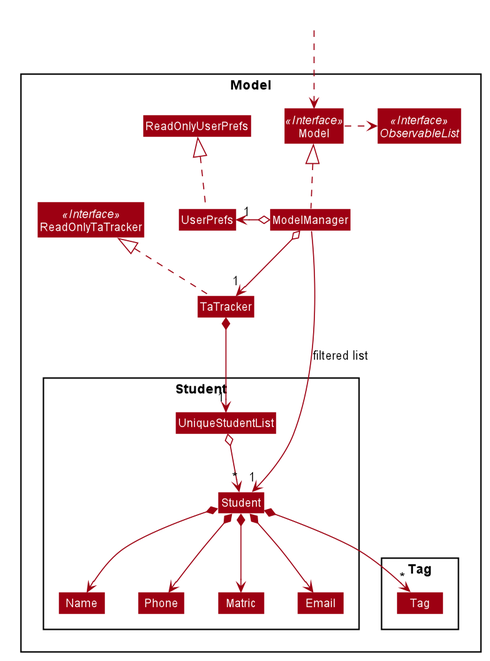
nus-cs2103-AY1920S2/addressbook-level3 keeps this PlantUML diagram as docs/images/ModelClassDiagram.png. Above is the earlier version.
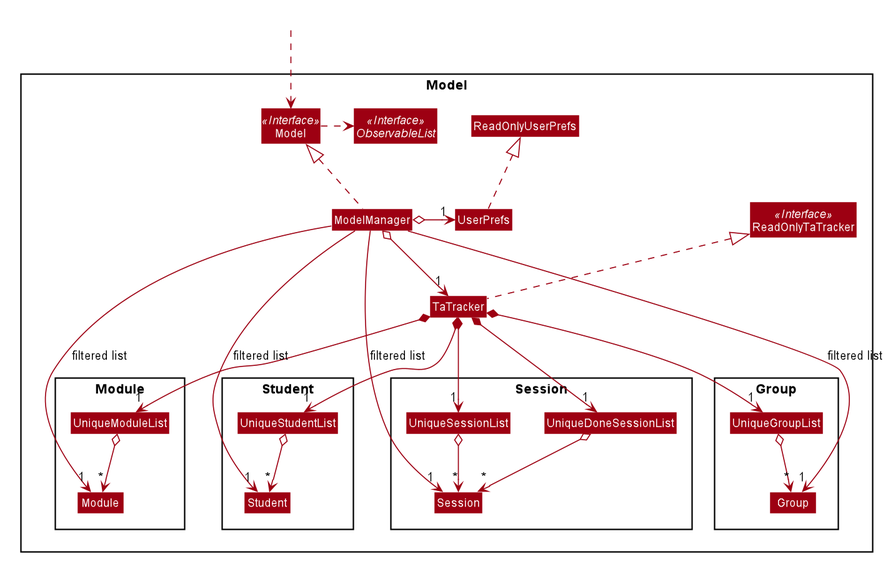
The same diagram one commit later.

Commit message:
Update Model Class Diagram

Change to the diagram source:
```diff
@@ -64,16 +64,25 @@
 
 Package Student {
 Class Student
-Class Email
-Class Matric
-Class Name
-Class Phone
 Class UniqueStudentList
 }
 
-Package Tag {
-Class Tag
+Package Session {
+Class Session
+Class UniqueSessionList
+Class UniqueDoneSessionList
 }
+
+Package Group {
+Class Group
+Class UniqueGroupList
+}
+
+Package Module {
+Class Module
+Class UniqueModuleList
+}
+
 }
 
 Class HiddenOutside #FFFFFF
@@ -89,15 +98,18 @@
 
 TaTracker *--> "1" UniqueStudentList
 UniqueStudentList o--> "*" Student
-Student *--> Name
-Student *--> Phone
-Student *--> Email
-Student *--> Matric
-Student *--> "*" Tag
-
-Name -[hidden]right-> Phone
-Phone -[hidden]right-> Matric
-Matric -[hidden]right-> Email
+TaTracker *--> "1" UniqueModuleList
+UniqueModuleList o--> "*" Module
+TaTracker *--> "1" UniqueGroupList
+UniqueGroupList o--> "*" Group
+TaTracker *--> "1" UniqueSessionList
+UniqueSessionList o-down-> "*" Session
+TaTracker *--> "1" UniqueDoneSessionList
+UniqueDoneSessionList o-down-> "*" Session
 
 ModelManager -->"1" Student : filtered list
+ModelManager -->"1" Module : filtered list
+ModelManager -->"1" Group : filtered list
+ModelManager -right->"1" Session : filtered list
+
 @enduml
```
